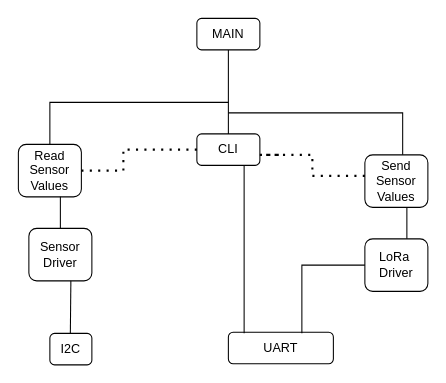
raynayx/OrangeStars keeps this draw.io diagram as week_6/img/hierarchyOfControlDiagram.drawio. Above is the earlier version. Source tidied: cells renumbered, new cells numbered last; positions are measured from the earlier drawing's top-left corner, leaving out a move shared by most shapes. Both pictures are drawn from the tidied source at 105%, with x=0, y=0 at pixel (18, 18).
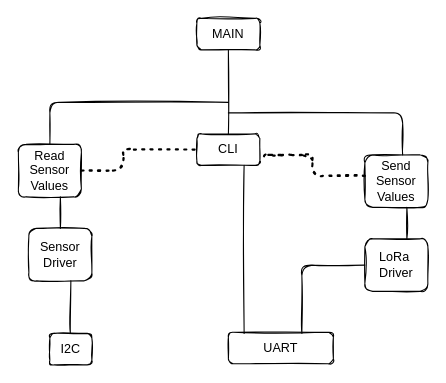
Above is the later version.

Change to the diagram source:
```diff
@@
-    <mxCell id="2" value="MAIN" style="rounded=1;whiteSpace=wrap;html=1;" parent="1" vertex="1">
+    <mxCell id="2" value="MAIN" style="rounded=1;whiteSpace=wrap;html=1;sketch=1;" parent="1" vertex="1">
       <mxGeometry x="170" width="60" height="30" as="geometry" />
     </mxCell>
-    <mxCell id="3" value="CLI" style="rounded=1;whiteSpace=wrap;html=1;" parent="1" vertex="1">
+    <mxCell id="3" value="CLI" style="rounded=1;whiteSpace=wrap;html=1;sketch=1;" parent="1" vertex="1">
       <mxGeometry x="170" y="110" width="60" height="30" as="geometry" />
     </mxCell>
-    <mxCell id="4" value="UART" style="rounded=1;whiteSpace=wrap;html=1;" parent="1" vertex="1">
+    <mxCell id="4" value="UART" style="rounded=1;whiteSpace=wrap;html=1;sketch=1;" parent="1" vertex="1">
       <mxGeometry x="200" y="299" width="100" height="30" as="geometry" />
     </mxCell>
-    <mxCell id="5" value="Read Sensor Values" style="rounded=1;whiteSpace=wrap;html=1;" parent="1" vertex="1">
+    <mxCell id="5" value="Read Sensor Values" style="rounded=1;whiteSpace=wrap;html=1;sketch=1;" parent="1" vertex="1">
       <mxGeometry y="120" width="60" height="50" as="geometry" />
     </mxCell>
-    <mxCell id="6" value="Send Sensor Values" style="rounded=1;whiteSpace=wrap;html=1;" parent="1" vertex="1">
+    <mxCell id="6" value="Send Sensor Values" style="rounded=1;whiteSpace=wrap;html=1;sketch=1;" parent="1" vertex="1">
       <mxGeometry x="330" y="130" width="60" height="50" as="geometry" />
     </mxCell>
-    <mxCell id="7" value="Sensor&lt;br&gt;Driver" style="rounded=1;whiteSpace=wrap;html=1;" parent="1" vertex="1">
+    <mxCell id="7" value="Sensor&lt;br&gt;Driver" style="rounded=1;whiteSpace=wrap;html=1;sketch=1;" parent="1" vertex="1">
       <mxGeometry x="10" y="200" width="60" height="50" as="geometry" />
     </mxCell>
-    <mxCell id="8" value="LoRa&amp;nbsp;&lt;br&gt;Driver" style="rounded=1;whiteSpace=wrap;html=1;" parent="1" vertex="1">
+    <mxCell id="8" value="LoRa&amp;nbsp;&lt;br&gt;Driver" style="rounded=1;whiteSpace=wrap;html=1;sketch=1;" parent="1" vertex="1">
       <mxGeometry x="330" y="210" width="60" height="50" as="geometry" />
     </mxCell>
-    <mxCell id="9" value="I2C" style="rounded=1;whiteSpace=wrap;html=1;" parent="1" vertex="1">
+    <mxCell id="9" value="I2C" style="rounded=1;whiteSpace=wrap;html=1;sketch=1;" parent="1" vertex="1">
       <mxGeometry x="30" y="300" width="40" height="30" as="geometry" />
     </mxCell>
-    <mxCell id="10" style="endArrow=none;html=1;rounded=0;entryX=0.5;entryY=1;entryDx=0;entryDy=0;exitX=0.5;exitY=0;exitDx=0;exitDy=0;" parent="1" edge="1" source="3" target="2">
+    <mxCell id="10" style="endArrow=none;html=1;rounded=1;entryX=0.5;entryY=1;entryDx=0;entryDy=0;exitX=0.5;exitY=0;exitDx=0;exitDy=0;sketch=1;" parent="1" edge="1" source="3" target="2">
       <mxGeometry relative="1" as="geometry" />
     </mxCell>
-    <mxCell id="11" style="endArrow=none;html=1;rounded=0;exitX=0.5;exitY=0;exitDx=0;exitDy=0;" parent="1" edge="1" source="5">
+    <mxCell id="11" style="endArrow=none;html=1;rounded=1;exitX=0.5;exitY=0;exitDx=0;exitDy=0;sketch=1;" parent="1" edge="1" source="5">
       <mxGeometry relative="1" as="geometry">
         <mxPoint x="200" y="80" as="targetPoint" />
         <Array as="points">
           <mxPoint x="30" y="80" />
         </Array>
       </mxGeometry>
     </mxCell>
-    <mxCell id="12" style="endArrow=none;html=1;rounded=0;exitX=0.5;exitY=0;exitDx=0;exitDy=0;" parent="1" edge="1">
+    <mxCell id="12" style="endArrow=none;html=1;rounded=1;exitX=0.5;exitY=0;exitDx=0;exitDy=0;sketch=1;" parent="1" edge="1">
       <mxGeometry relative="1" as="geometry">
         <mxPoint x="366" y="130" as="sourcePoint" />
         <mxPoint x="200" y="90" as="targetPoint" />
         <Array as="points">
           <mxPoint x="366" y="90" />
         </Array>
       </mxGeometry>
     </mxCell>
-    <mxCell id="13" style="endArrow=none;dashed=1;html=1;dashPattern=1 3;strokeWidth=2;rounded=0;exitX=1;exitY=0.5;exitDx=0;exitDy=0;entryX=0;entryY=0.5;entryDx=0;entryDy=0;" parent="1" edge="1" source="5" target="3">
+    <mxCell id="13" style="endArrow=none;dashed=1;html=1;dashPattern=1 3;strokeWidth=2;rounded=1;exitX=1;exitY=0.5;exitDx=0;exitDy=0;entryX=0;entryY=0.5;entryDx=0;entryDy=0;sketch=1;" parent="1" edge="1" source="5" target="3">
       <mxGeometry relative="1" as="geometry">
         <Array as="points">
           <mxPoint x="100" y="145" />
           <mxPoint x="100" y="125" />
         </Array>
       </mxGeometry>
     </mxCell>
-    <mxCell id="14" style="endArrow=none;dashed=1;html=1;dashPattern=1 3;strokeWidth=2;rounded=0;exitX=1;exitY=0.5;exitDx=0;exitDy=0;" parent="1" edge="1">
+    <mxCell id="14" style="endArrow=none;dashed=1;html=1;dashPattern=1 3;strokeWidth=2;rounded=1;exitX=1;exitY=0.5;exitDx=0;exitDy=0;sketch=1;" parent="1" edge="1">
       <mxGeometry relative="1" as="geometry">
         <mxPoint x="330" y="150" as="sourcePoint" />
         <mxPoint x="250" y="130" as="targetPoint" />
         <Array as="points">
           <mxPoint x="280" y="150" />
           <mxPoint x="280" y="130" />
           <mxPoint x="250" y="130" />
           <mxPoint x="230" y="130" />
         </Array>
       </mxGeometry>
     </mxCell>
-    <mxCell id="15" style="endArrow=none;html=1;rounded=0;entryX=0.75;entryY=1;entryDx=0;entryDy=0;" parent="1" edge="1" target="3">
+    <mxCell id="15" style="endArrow=none;html=1;rounded=1;entryX=0.75;entryY=1;entryDx=0;entryDy=0;sketch=1;" parent="1" edge="1" target="3">
       <mxGeometry relative="1" as="geometry">
         <mxPoint x="215" y="300" as="sourcePoint" />
       </mxGeometry>
     </mxCell>
-    <mxCell id="16" style="endArrow=none;html=1;rounded=0;" parent="1" edge="1">
+    <mxCell id="16" style="endArrow=none;html=1;rounded=1;sketch=1;" parent="1" edge="1">
       <mxGeometry relative="1" as="geometry">
         <mxPoint x="49.5" y="300" as="sourcePoint" />
         <mxPoint x="50" y="250" as="targetPoint" />
       </mxGeometry>
     </mxCell>
-    <mxCell id="17" style="endArrow=none;html=1;rounded=0;" parent="1" edge="1">
+    <mxCell id="17" style="endArrow=none;html=1;rounded=1;sketch=1;" parent="1" edge="1">
       <mxGeometry relative="1" as="geometry">
         <mxPoint x="370" y="210" as="sourcePoint" />
         <mxPoint x="370" y="180" as="targetPoint" />
       </mxGeometry>
     </mxCell>
-    <mxCell id="18" style="endArrow=none;html=1;rounded=0;exitX=0.5;exitY=0;exitDx=0;exitDy=0;" parent="1" edge="1" source="7">
+    <mxCell id="18" style="endArrow=none;html=1;rounded=1;exitX=0.5;exitY=0;exitDx=0;exitDy=0;sketch=1;" parent="1" edge="1" source="7">
       <mxGeometry relative="1" as="geometry">
         <mxPoint x="40" y="170" as="targetPoint" />
       </mxGeometry>
     </mxCell>
-    <mxCell id="19" style="endArrow=none;html=1;rounded=0;entryX=0;entryY=0.5;entryDx=0;entryDy=0;" parent="1" edge="1" target="8">
+    <mxCell id="19" style="endArrow=none;html=1;rounded=1;entryX=0;entryY=0.5;entryDx=0;entryDy=0;sketch=1;" parent="1" edge="1" target="8">
       <mxGeometry relative="1" as="geometry">
         <mxPoint x="270" y="300" as="sourcePoint" />
         <Array as="points">
           <mxPoint x="270" y="235" />
         </Array>
       </mxGeometry>
     </mxCell>
```
